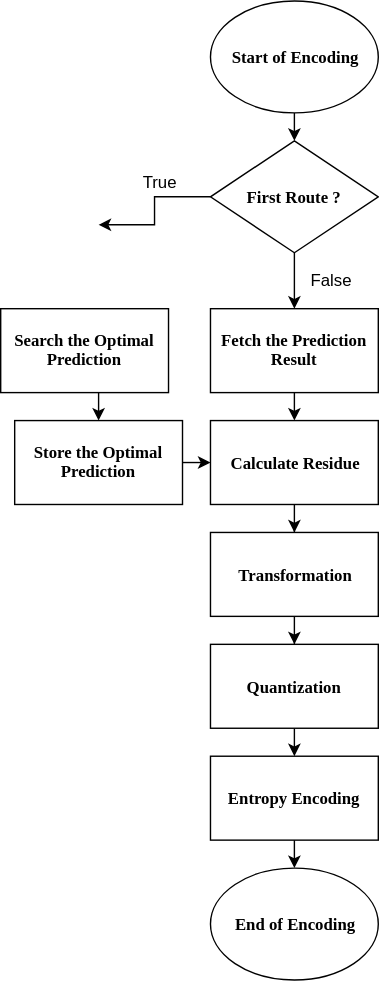
Above: reusing_flow.svg in Ultra-Seven/DataPlot (draw.io), before the change. Source tidied: cells renumbered, new cells last; positions are measured from the earlier drawing's top-left corner, leaving out a move shared by most shapes.
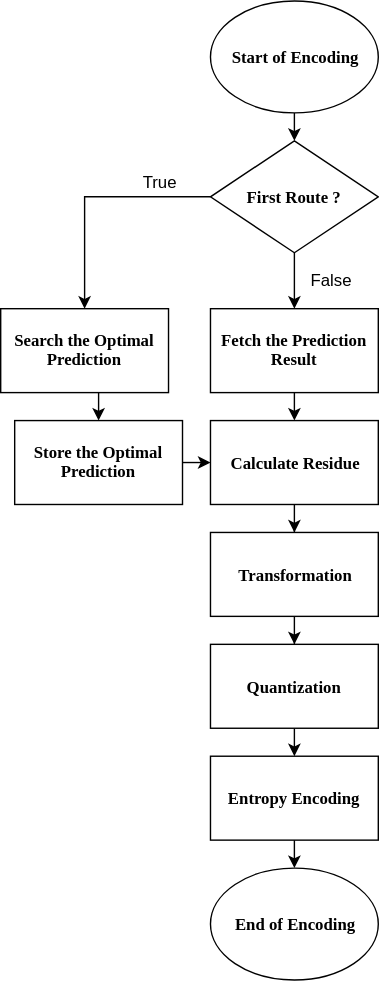
After the change.

Diff of the diagram source:
```diff
@@ -16,10 +16,8 @@
     <mxCell id="5" value="&lt;b&gt;&lt;font face=&quot;Comic Sans MS&quot;&gt;Start of Encoding&lt;/font&gt;&lt;/b&gt;" style="ellipse;whiteSpace=wrap;html=1;" parent="1" vertex="1">
       <mxGeometry x="150" width="120" height="80" as="geometry" />
     </mxCell>
-    <mxCell id="6" style="edgeStyle=orthogonalEdgeStyle;rounded=0;html=1;exitX=0;exitY=0.5;entryX=0.5;entryY=0;jettySize=auto;" parent="1" edge="1" source="8">
-      <mxGeometry relative="1" as="geometry">
-        <mxPoint x="70" y="160" as="targetPoint" />
-      </mxGeometry>
+    <mxCell id="6" style="edgeStyle=orthogonalEdgeStyle;rounded=0;html=1;exitX=0;exitY=0.5;entryX=0.5;entryY=0;jettySize=auto;" parent="1" edge="1" source="8" target="3">
+      <mxGeometry relative="1" as="geometry" />
     </mxCell>
     <mxCell id="7" style="edgeStyle=orthogonalEdgeStyle;rounded=0;html=1;exitX=0.5;exitY=1;entryX=0.5;entryY=0;jettySize=auto;" parent="1" edge="1" source="8" target="23">
       <mxGeometry relative="1" as="geometry" />
```
